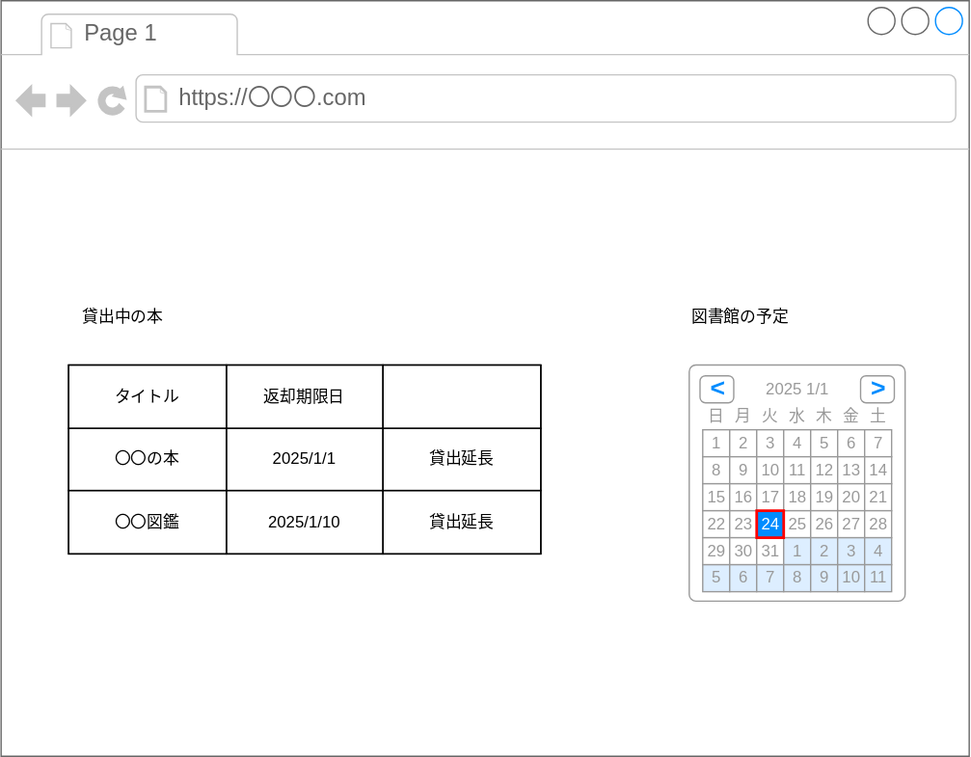
kazuya-wata-nabe/vue-dashboard keeps this draw.io diagram as docs/認証要/ホーム/ui.drawio.svg. Above is the earlier version. Source tidied: cells renumbered, new cells last; positions are measured from the earlier drawing's top-left corner, leaving out a move shared by most shapes.
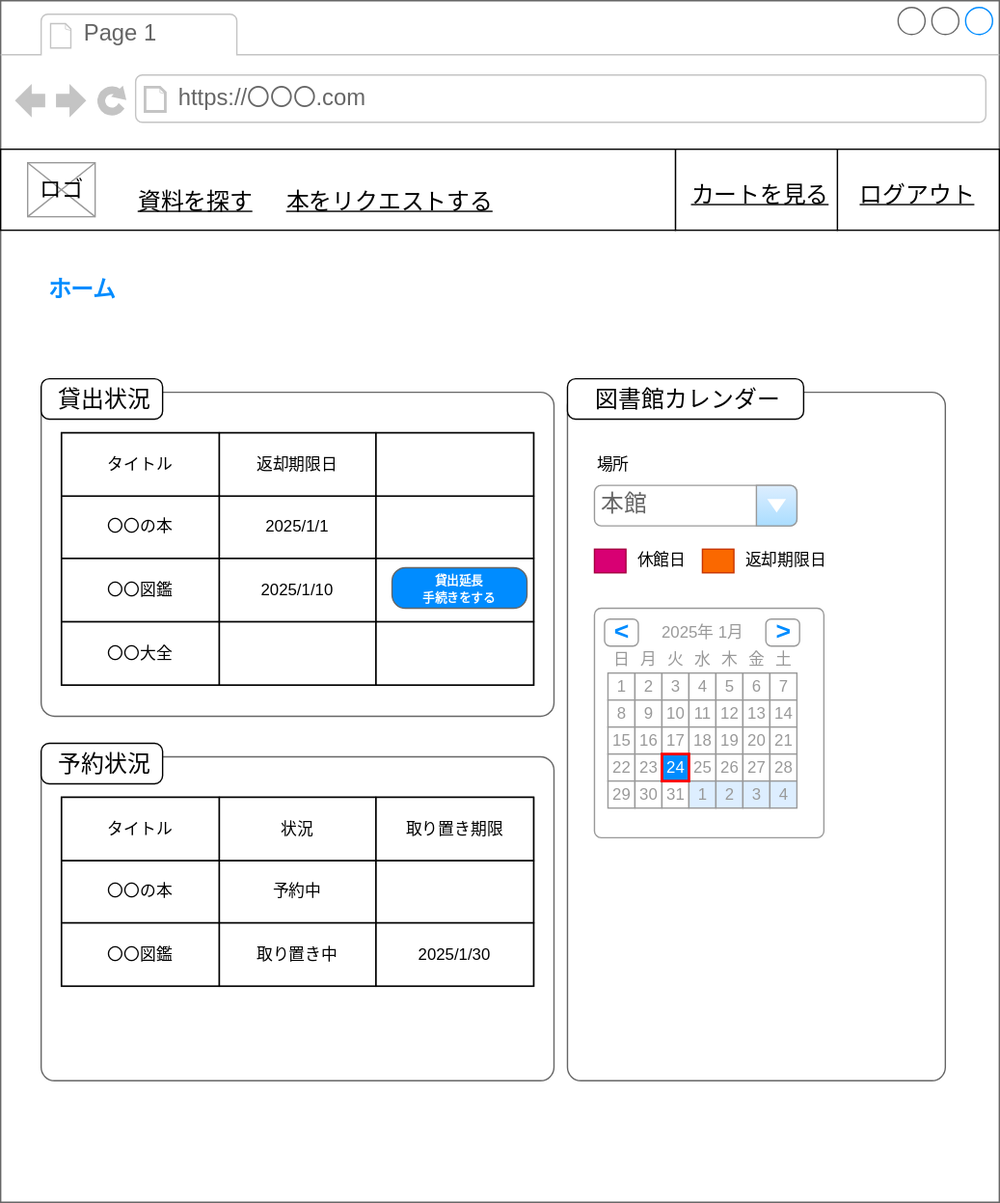
Later version of the same file.

The edit, as a diff of the source:
```diff
@@ -3,7 +3,7 @@
     <mxCell id="0" />
     <mxCell id="1" value="Layout" parent="0" />
     <mxCell id="2" style="strokeWidth=1;shadow=0;dashed=0;align=center;html=1;shape=mxgraph.mockup.containers.browserWindow;rSize=0;strokeColor=#666666;strokeColor2=#008cff;strokeColor3=#c4c4c4;mainText=,;" parent="1" vertex="1">
-      <mxGeometry width="717.5" height="560" as="geometry" />
+      <mxGeometry width="740" height="890" as="geometry" />
     </mxCell>
     <mxCell id="3" value="Page 1" style="strokeWidth=1;shadow=0;dashed=0;align=center;html=1;shape=mxgraph.mockup.containers.anchor;fontSize=17;fontColor=#666666;align=left;" parent="2" vertex="1">
       <mxGeometry x="60" y="12" width="110" height="26" as="geometry" />
@@ -11,11 +11,14 @@
     <mxCell id="4" value="https://〇〇〇.com" style="strokeWidth=1;shadow=0;dashed=0;align=center;html=1;shape=mxgraph.mockup.containers.anchor;rSize=0;fontSize=17;fontColor=#666666;align=left;" parent="2" vertex="1">
       <mxGeometry x="130" y="60" width="250" height="26" as="geometry" />
     </mxCell>
-    <mxCell id="5" value="貸出中の本" style="text;html=1;align=center;verticalAlign=middle;strokeColor=none;fillColor=none;" parent="2" vertex="1">
-      <mxGeometry x="50" y="220" width="80" height="30" as="geometry" />
-    </mxCell>
+    <mxCell id="75" style="shape=mxgraph.mockup.containers.marginRect;rectMarginTop=10;strokeColor=#666666;strokeWidth=1;dashed=0;rounded=1;arcSize=5;" parent="2" vertex="1">
+      <mxGeometry x="30" y="280" width="380" height="250" as="geometry" />
+    </mxCell>
+    <mxCell id="76" value="貸出状況" style="shape=rect;strokeColor=default;fillColor=#FFFFFF;strokeWidth=1;dashed=0;rounded=1;arcSize=20;fontColor=#000000;fontSize=17;spacing=2;spacingTop=-2;align=center;spacingLeft=4;perimeter=none;labelBackgroundColor=none;" parent="75" vertex="1">
+      <mxGeometry width="90" height="30" as="geometry" />
+    </mxCell>
     <mxCell id="6" style="shadow=0;fillColor=none;strokeColor=default;" parent="2" vertex="1">
-      <mxGeometry x="50" y="270" width="350" height="140" as="geometry" />
+      <mxGeometry x="45" y="320" width="350" height="187" as="geometry" />
     </mxCell>
     <mxCell id="7" style="shape=tableRow;horizontal=0;startSize=0;swimlaneHead=0;swimlaneBody=0;top=0;left=0;bottom=0;right=0;fontStyle=0;fillColor=none;strokeColor=inherit;" parent="6" vertex="1">
       <mxGeometry width="350" height="47" as="geometry" />
@@ -38,7 +41,7 @@
     <mxCell id="13" value="2025/1/1" style="strokeColor=inherit;fillColor=none;align=center;whiteSpace=wrap;html=1;" parent="11" vertex="1">
       <mxGeometry x="117" width="116" height="46" as="geometry" />
     </mxCell>
-    <mxCell id="14" value="貸出延長" style="strokeColor=inherit;fillColor=none;align=center;whiteSpace=wrap;html=1;" parent="11" vertex="1">
+    <mxCell id="14" style="strokeColor=inherit;fillColor=none;align=center;whiteSpace=wrap;html=1;" parent="11" vertex="1">
       <mxGeometry x="233" width="117" height="46" as="geometry" />
     </mxCell>
     <mxCell id="15" style="shape=tableRow;horizontal=0;startSize=0;swimlaneHead=0;swimlaneBody=0;top=0;left=0;bottom=0;right=0;fontStyle=0;fillColor=none;strokeColor=inherit;" parent="6" vertex="1">
@@ -50,17 +53,35 @@
     <mxCell id="17" value="2025/1/10" style="strokeColor=inherit;fillColor=none;align=center;whiteSpace=wrap;html=1;" parent="15" vertex="1">
       <mxGeometry x="117" width="116" height="47" as="geometry" />
     </mxCell>
-    <mxCell id="18" value="貸出延長" style="strokeColor=inherit;fillColor=none;align=center;whiteSpace=wrap;html=1;" parent="15" vertex="1">
+    <mxCell id="18" style="strokeColor=inherit;fillColor=none;align=center;whiteSpace=wrap;html=1;" parent="15" vertex="1">
       <mxGeometry x="233" width="117" height="47" as="geometry" />
     </mxCell>
+    <mxCell id="77" style="shape=tableRow;horizontal=0;startSize=0;swimlaneHead=0;swimlaneBody=0;top=0;left=0;bottom=0;right=0;fontStyle=0;fillColor=none;strokeColor=inherit;" parent="6" vertex="1">
+      <mxGeometry y="140" width="350" height="47" as="geometry" />
+    </mxCell>
+    <mxCell id="78" value="〇〇大全" style="strokeColor=inherit;fillColor=none;align=center;whiteSpace=wrap;html=1;" parent="77" vertex="1">
+      <mxGeometry width="117" height="47" as="geometry" />
+    </mxCell>
+    <mxCell id="79" style="strokeColor=inherit;fillColor=none;align=center;whiteSpace=wrap;html=1;" parent="77" vertex="1">
+      <mxGeometry x="117" width="116" height="47" as="geometry" />
+    </mxCell>
+    <mxCell id="80" style="strokeColor=inherit;fillColor=none;align=center;whiteSpace=wrap;html=1;" parent="77" vertex="1">
+      <mxGeometry x="233" width="117" height="47" as="geometry" />
+    </mxCell>
+    <mxCell id="81" style="shape=mxgraph.mockup.containers.marginRect;rectMarginTop=10;strokeColor=#666666;strokeWidth=1;dashed=0;rounded=1;arcSize=5;" parent="2" vertex="1">
+      <mxGeometry x="420" y="280" width="280" height="520" as="geometry" />
+    </mxCell>
+    <mxCell id="82" value="図書館カレンダー" style="shape=rect;strokeColor=default;fillColor=#FFFFFF;strokeWidth=1;dashed=0;rounded=1;arcSize=20;fontColor=#000000;fontSize=17;spacing=2;spacingTop=-2;align=center;spacingLeft=4;perimeter=none;labelBackgroundColor=none;" parent="81" vertex="1">
+      <mxGeometry width="175" height="30" as="geometry" />
+    </mxCell>
-    <mxCell id="19" style="strokeWidth=1;shadow=0;dashed=0;align=center;html=1;shape=mxgraph.mockup.forms.rrect;rSize=5;strokeColor=#999999;fillColor=#ffffff;" parent="2" vertex="1">
-      <mxGeometry x="510" y="270" width="160" height="175" as="geometry" />
+    <mxCell id="19" style="strokeWidth=1;shadow=0;dashed=0;align=center;html=1;shape=mxgraph.mockup.forms.rrect;rSize=5;strokeColor=#999999;fillColor=#ffffff;verticalAlign=middle;" parent="81" vertex="1">
+      <mxGeometry x="20" y="170" width="170" height="170" as="geometry" />
     </mxCell>
-    <mxCell id="20" value="2025 1/1" style="strokeWidth=1;shadow=0;dashed=0;align=center;html=1;shape=mxgraph.mockup.forms.anchor;fontColor=#999999;strokeColor=default;fillColor=default;" parent="19" vertex="1">
+    <mxCell id="20" value="2025年 1月" style="strokeWidth=1;shadow=0;dashed=0;align=center;html=1;shape=mxgraph.mockup.forms.anchor;fontColor=#999999;strokeColor=default;fillColor=default;" parent="19" vertex="1">
       <mxGeometry x="30" y="8" width="100" height="20" as="geometry" />
     </mxCell>
     <mxCell id="21" value="&lt;" style="strokeWidth=1;shadow=0;dashed=0;align=center;html=1;shape=mxgraph.mockup.forms.rrect;rSize=4;strokeColor=#999999;fontColor=#008cff;fontSize=19;fontStyle=1;fillColor=default;" parent="19" vertex="1">
-      <mxGeometry x="8" y="8" width="25" height="20" as="geometry" />
+      <mxGeometry x="7.5" y="8" width="25" height="20" as="geometry" />
     </mxCell>
     <mxCell id="22" value="&gt;" style="strokeWidth=1;shadow=0;dashed=0;align=center;html=1;shape=mxgraph.mockup.forms.rrect;rSize=4;strokeColor=#999999;fontColor=#008cff;fontSize=19;fontStyle=1;fillColor=default;" parent="19" vertex="1">
       <mxGeometry x="127" y="8" width="25" height="20" as="geometry" />
@@ -188,34 +209,113 @@
     <mxCell id="63" value="4" style="strokeWidth=1;shadow=0;dashed=0;align=center;html=1;shape=mxgraph.mockup.forms.rrect;rSize=0;strokeColor=#999999;fontColor=#999999;fillColor=#ddeeff;" parent="19" vertex="1">
       <mxGeometry x="130" y="128" width="20" height="20" as="geometry" />
     </mxCell>
-    <mxCell id="64" value="5" style="strokeWidth=1;shadow=0;dashed=0;align=center;html=1;shape=mxgraph.mockup.forms.rrect;rSize=0;strokeColor=#999999;fontColor=#999999;fillColor=#ddeeff;" parent="19" vertex="1">
-      <mxGeometry x="10" y="148" width="20" height="20" as="geometry" />
-    </mxCell>
-    <mxCell id="65" value="6" style="strokeWidth=1;shadow=0;dashed=0;align=center;html=1;shape=mxgraph.mockup.forms.rrect;rSize=0;strokeColor=#999999;fontColor=#999999;fillColor=#ddeeff;" parent="19" vertex="1">
-      <mxGeometry x="30" y="148" width="20" height="20" as="geometry" />
-    </mxCell>
-    <mxCell id="66" value="7" style="strokeWidth=1;shadow=0;dashed=0;align=center;html=1;shape=mxgraph.mockup.forms.rrect;rSize=0;strokeColor=#999999;fontColor=#999999;fillColor=#ddeeff;" parent="19" vertex="1">
-      <mxGeometry x="50" y="148" width="20" height="20" as="geometry" />
-    </mxCell>
-    <mxCell id="67" value="8" style="strokeWidth=1;shadow=0;dashed=0;align=center;html=1;shape=mxgraph.mockup.forms.rrect;rSize=0;strokeColor=#999999;fontColor=#999999;fillColor=#ddeeff;" parent="19" vertex="1">
-      <mxGeometry x="70" y="148" width="20" height="20" as="geometry" />
-    </mxCell>
-    <mxCell id="68" value="9" style="strokeWidth=1;shadow=0;dashed=0;align=center;html=1;shape=mxgraph.mockup.forms.rrect;rSize=0;strokeColor=#999999;fontColor=#999999;fillColor=#ddeeff;" parent="19" vertex="1">
-      <mxGeometry x="90" y="148" width="20" height="20" as="geometry" />
-    </mxCell>
-    <mxCell id="69" value="10" style="strokeWidth=1;shadow=0;dashed=0;align=center;html=1;shape=mxgraph.mockup.forms.rrect;rSize=0;strokeColor=#999999;fontColor=#999999;fillColor=#ddeeff;" parent="19" vertex="1">
-      <mxGeometry x="110" y="148" width="20" height="20" as="geometry" />
-    </mxCell>
-    <mxCell id="70" value="11" style="strokeWidth=1;shadow=0;dashed=0;align=center;html=1;shape=mxgraph.mockup.forms.rrect;rSize=0;strokeColor=#999999;fontColor=#999999;fillColor=#ddeeff;" parent="19" vertex="1">
-      <mxGeometry x="130" y="148" width="20" height="20" as="geometry" />
-    </mxCell>
     <mxCell id="71" value="24" style="strokeWidth=1;shadow=0;dashed=0;align=center;html=1;shape=mxgraph.mockup.forms.rrect;rSize=0;strokeColor=#ff0000;fontColor=#ffffff;strokeWidth=2;fillColor=#008cff;" parent="19" vertex="1">
       <mxGeometry x="50" y="108" width="20" height="20" as="geometry" />
     </mxCell>
-    <mxCell id="72" value="図書館の予定" style="text;html=1;align=left;verticalAlign=middle;strokeColor=none;fillColor=none;" parent="2" vertex="1">
-      <mxGeometry x="510" y="220" width="100" height="30" as="geometry" />
-    </mxCell>
-    <mxCell id="73" value="Main" parent="0" />
-    <mxCell id="74" value="Aside" parent="0" />
+    <mxCell id="83" style="group;" parent="81" vertex="1">
+      <mxGeometry x="20" y="49" width="150" height="60" as="geometry" />
+    </mxCell>
+    <mxCell id="84" value="本館" style="strokeWidth=1;shadow=0;dashed=0;align=center;html=1;shape=mxgraph.mockup.forms.comboBox;strokeColor=#999999;fillColor=#ddeeff;align=left;fillColor2=#aaddff;mainText=;fontColor=#666666;fontSize=17;spacingLeft=3;" parent="83" vertex="1">
+      <mxGeometry y="30" width="150" height="30" as="geometry" />
+    </mxCell>
+    <mxCell id="85" value="場所" style="text;html=1;align=left;verticalAlign=middle;strokeColor=none;fillColor=none;" parent="83" vertex="1">
+      <mxGeometry width="50" height="30" as="geometry" />
+    </mxCell>
+    <mxCell id="86" style="group;" parent="81" vertex="1">
+      <mxGeometry x="20" y="120" width="90" height="30" as="geometry" />
+    </mxCell>
+    <mxCell id="87" value="休館日" style="text;html=1;align=left;verticalAlign=middle;strokeColor=none;fillColor=none;" parent="86" vertex="1">
+      <mxGeometry x="30" width="60" height="30" as="geometry" />
+    </mxCell>
+    <mxCell id="88" style="rounded=0;whiteSpace=wrap;html=1;fillColor=#d80073;fontColor=#ffffff;strokeColor=#A50040;" parent="86" vertex="1">
+      <mxGeometry y="6.2" width="23.3" height="17.5" as="geometry" />
+    </mxCell>
+    <mxCell id="89" value="返却期限日" style="text;html=1;align=left;verticalAlign=middle;strokeColor=none;fillColor=none;" parent="81" vertex="1">
+      <mxGeometry x="130" y="120" width="80" height="30" as="geometry" />
+    </mxCell>
+    <mxCell id="90" style="rounded=0;whiteSpace=wrap;html=1;fillColor=#fa6800;fontColor=#000000;strokeColor=#C73500;" parent="81" vertex="1">
+      <mxGeometry x="100" y="126.2" width="23.3" height="17.5" as="geometry" />
+    </mxCell>
+    <mxCell id="91" value="&lt;p style=&quot;line-height: 60%;&quot;&gt;&lt;font style=&quot;font-size: 9px;&quot;&gt;貸出延長&lt;br&gt;手続きをする&lt;/font&gt;&lt;/p&gt;" style="strokeWidth=1;shadow=0;dashed=0;align=center;html=1;shape=mxgraph.mockup.buttons.button;strokeColor=#666666;fontColor=#ffffff;mainText=;buttonStyle=round;fontSize=17;fontStyle=1;fillColor=#008cff;whiteSpace=wrap;verticalAlign=middle;horizontal=1;labelPosition=center;verticalLabelPosition=middle;" parent="2" vertex="1">
+      <mxGeometry x="290" y="420" width="100" height="30" as="geometry" />
+    </mxCell>
+    <mxCell id="92" style="shape=mxgraph.mockup.containers.marginRect;rectMarginTop=10;strokeColor=#666666;strokeWidth=1;dashed=0;rounded=1;arcSize=5;" parent="2" vertex="1">
+      <mxGeometry x="30" y="550" width="380" height="250" as="geometry" />
+    </mxCell>
+    <mxCell id="93" value="予約状況" style="shape=rect;strokeColor=default;fillColor=#FFFFFF;strokeWidth=1;dashed=0;rounded=1;arcSize=20;fontColor=#000000;fontSize=17;spacing=2;spacingTop=-2;align=center;spacingLeft=4;perimeter=none;labelBackgroundColor=none;" parent="92" vertex="1">
+      <mxGeometry width="90" height="30" as="geometry" />
+    </mxCell>
+    <mxCell id="94" style="shadow=0;fillColor=none;strokeColor=default;" parent="92" vertex="1">
+      <mxGeometry x="15" y="40" width="350" height="140" as="geometry" />
+    </mxCell>
+    <mxCell id="95" style="shape=tableRow;horizontal=0;startSize=0;swimlaneHead=0;swimlaneBody=0;top=0;left=0;bottom=0;right=0;fontStyle=0;fillColor=none;strokeColor=inherit;" parent="94" vertex="1">
+      <mxGeometry width="350" height="47" as="geometry" />
+    </mxCell>
+    <mxCell id="96" value="タイトル" style="strokeColor=inherit;fillColor=none;align=center;whiteSpace=wrap;html=1;" parent="95" vertex="1">
+      <mxGeometry width="117" height="47" as="geometry" />
+    </mxCell>
+    <mxCell id="97" value="状況" style="strokeColor=inherit;fillColor=none;align=center;whiteSpace=wrap;html=1;" parent="95" vertex="1">
+      <mxGeometry x="117" width="116" height="47" as="geometry" />
+    </mxCell>
+    <mxCell id="98" value="取り置き期限" style="strokeColor=inherit;fillColor=none;align=center;whiteSpace=wrap;html=1;" parent="95" vertex="1">
+      <mxGeometry x="233" width="117" height="47" as="geometry" />
+    </mxCell>
+    <mxCell id="99" style="shape=tableRow;horizontal=0;startSize=0;swimlaneHead=0;swimlaneBody=0;top=0;left=0;bottom=0;right=0;fontStyle=0;fillColor=none;strokeColor=inherit;" parent="94" vertex="1">
+      <mxGeometry y="47" width="350" height="46" as="geometry" />
+    </mxCell>
+    <mxCell id="100" value="〇〇の本" style="strokeColor=inherit;fillColor=none;align=center;whiteSpace=wrap;html=1;" parent="99" vertex="1">
+      <mxGeometry width="117" height="46" as="geometry" />
+    </mxCell>
+    <mxCell id="101" value="予約中" style="strokeColor=inherit;fillColor=none;align=center;whiteSpace=wrap;html=1;" parent="99" vertex="1">
+      <mxGeometry x="117" width="116" height="46" as="geometry" />
+    </mxCell>
+    <mxCell id="102" style="strokeColor=inherit;fillColor=none;align=center;whiteSpace=wrap;html=1;" parent="99" vertex="1">
+      <mxGeometry x="233" width="117" height="46" as="geometry" />
+    </mxCell>
+    <mxCell id="103" style="shape=tableRow;horizontal=0;startSize=0;swimlaneHead=0;swimlaneBody=0;top=0;left=0;bottom=0;right=0;fontStyle=0;fillColor=none;strokeColor=inherit;" parent="94" vertex="1">
+      <mxGeometry y="93" width="350" height="47" as="geometry" />
+    </mxCell>
+    <mxCell id="104" value="〇〇図鑑" style="strokeColor=inherit;fillColor=none;align=center;whiteSpace=wrap;html=1;" parent="103" vertex="1">
+      <mxGeometry width="117" height="47" as="geometry" />
+    </mxCell>
+    <mxCell id="105" value="取り置き中" style="strokeColor=inherit;fillColor=none;align=center;whiteSpace=wrap;html=1;" parent="103" vertex="1">
+      <mxGeometry x="117" width="116" height="47" as="geometry" />
+    </mxCell>
+    <mxCell id="106" value="2025/1/30" style="strokeColor=inherit;fillColor=none;align=center;whiteSpace=wrap;html=1;" parent="103" vertex="1">
+      <mxGeometry x="233" width="117" height="47" as="geometry" />
+    </mxCell>
+    <mxCell id="107" style="rounded=0;whiteSpace=wrap;html=1;" parent="2" vertex="1">
+      <mxGeometry x="620" y="110" width="120" height="60" as="geometry" />
+    </mxCell>
+    <mxCell id="108" style="rounded=0;whiteSpace=wrap;html=1;" parent="2" vertex="1">
+      <mxGeometry x="500" y="110" width="120" height="60" as="geometry" />
+    </mxCell>
+    <mxCell id="109" style="rounded=0;whiteSpace=wrap;html=1;" parent="2" vertex="1">
+      <mxGeometry y="110" width="500" height="60" as="geometry" />
+    </mxCell>
+    <mxCell id="110" value="ログアウト" style="shape=rectangle;strokeColor=none;fillColor=none;linkText=;fontSize=17;fontColor=default;fontStyle=4;html=1;align=left;" parent="2" vertex="1">
+      <mxGeometry x="635" y="130" width="90" height="30" as="geometry" />
+    </mxCell>
+    <mxCell id="111" value="カートを見る" style="shape=rectangle;strokeColor=none;fillColor=none;linkText=;fontSize=17;fontColor=default;fontStyle=4;html=1;align=left;" parent="2" vertex="1">
+      <mxGeometry x="510" y="130" width="90" height="30" as="geometry" />
+    </mxCell>
+    <mxCell id="112" value="資料を探す" style="shape=rectangle;strokeColor=none;fillColor=none;linkText=;fontSize=17;fontColor=default;fontStyle=4;html=1;align=left;" parent="2" vertex="1">
+      <mxGeometry x="100" y="135" width="90" height="30" as="geometry" />
+    </mxCell>
+    <mxCell id="113" style="edgeStyle=none;html=1;fontSize=16;" parent="2" edge="1">
+      <mxGeometry relative="1" as="geometry">
+        <mxPoint x="150" y="175" as="sourcePoint" />
+        <mxPoint x="150" y="175" as="targetPoint" />
+      </mxGeometry>
+    </mxCell>
+    <mxCell id="114" value="ホーム" style="strokeWidth=1;shadow=0;dashed=0;align=center;html=1;shape=mxgraph.mockup.navigation.anchor;fontSize=17;fontColor=#008cff;fontStyle=1;" parent="2" vertex="1">
+      <mxGeometry x="30" y="200" width="60" height="30" as="geometry" />
+    </mxCell>
+    <mxCell id="115" value="ロゴ" style="verticalLabelPosition=middle;shadow=0;dashed=0;align=center;html=1;verticalAlign=middle;strokeWidth=1;shape=mxgraph.mockup.graphics.simpleIcon;strokeColor=#999999;fontSize=16;labelPosition=center;" parent="2" vertex="1">
+      <mxGeometry x="20" y="120" width="50" height="40" as="geometry" />
+    </mxCell>
+    <mxCell id="116" value="本をリクエストする" style="shape=rectangle;strokeColor=none;fillColor=none;linkText=;fontSize=17;fontColor=default;fontStyle=4;html=1;align=left;" parent="2" vertex="1">
+      <mxGeometry x="210" y="135" width="90" height="30" as="geometry" />
+    </mxCell>
   </root>
 </mxGraphModel>
```
